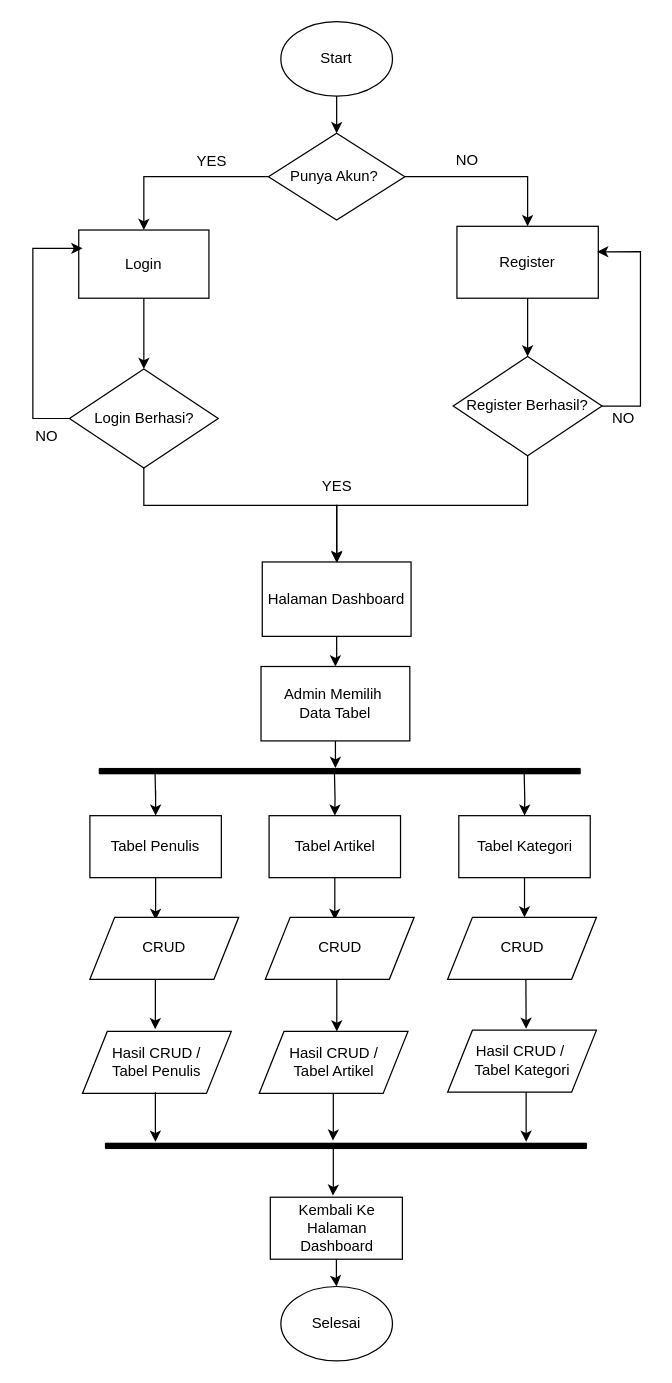
Above: admin.drawio in EnjoyUrLife69/P5-PROJECT (draw.io), before the change. Source tidied: cells renumbered, new cells numbered last; positions are measured from the earlier drawing's top-left corner, leaving out a move shared by most shapes. Both pictures are drawn from the tidied source at 124%, with x=0, y=0 at pixel (20, 21).
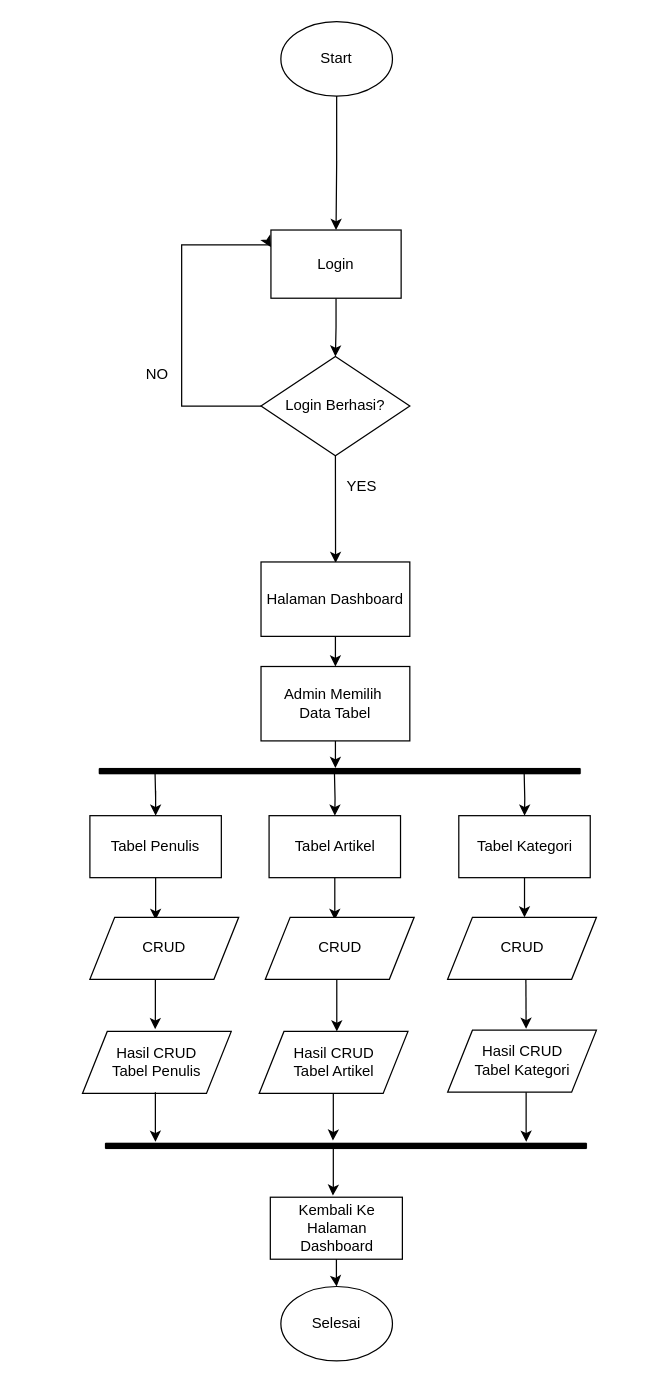
The same page after the edit.

Unchanged cells that the change refers to:
```xml
<mxCell id="3" value="Start" style="ellipse;whiteSpace=wrap;html=1;" parent="1" vertex="1">
  <mxGeometry x="210" width="90" height="60" as="geometry" />
</mxCell>
```

Change to the diagram source:
```diff
@@
-    <mxCell id="2" style="edgeStyle=orthogonalEdgeStyle;rounded=0;jettySize=auto;html=1;" parent="1" edge="1" source="3" target="6">
+    <mxCell id="2" style="edgeStyle=orthogonalEdgeStyle;rounded=0;jettySize=auto;html=1;" parent="1" edge="1" source="3" target="8">
       <mxGeometry relative="1" as="geometry" />
     </mxCell>
@@
-    <mxCell id="4" style="edgeStyle=orthogonalEdgeStyle;rounded=0;jettySize=auto;html=1;" parent="1" edge="1" source="6" target="8">
-      <mxGeometry relative="1" as="geometry" />
-    </mxCell>
-    <mxCell id="5" style="edgeStyle=orthogonalEdgeStyle;rounded=0;jettySize=auto;html=1;" parent="1" edge="1" source="6" target="10">
-      <mxGeometry relative="1" as="geometry" />
-    </mxCell>
-    <mxCell id="6" value="Punya Akun?&amp;nbsp;" style="rhombus;whiteSpace=wrap;html=1;" parent="1" vertex="1">
-      <mxGeometry x="200" y="90" width="110" height="70" as="geometry" />
-    </mxCell>
@@
     <mxCell id="8" value="Login" style="whiteSpace=wrap;html=1;" parent="1" vertex="1">
-      <mxGeometry x="47" y="168" width="105" height="55" as="geometry" />
+      <mxGeometry x="202" y="168" width="105" height="55" as="geometry" />
     </mxCell>
-    <mxCell id="9" style="edgeStyle=orthogonalEdgeStyle;rounded=0;jettySize=auto;html=1;" parent="1" edge="1" source="10" target="50">
-      <mxGeometry relative="1" as="geometry" />
-    </mxCell>
-    <mxCell id="10" value="Register" style="whiteSpace=wrap;html=1;" parent="1" vertex="1">
-      <mxGeometry x="352" y="165" width="114" height="58" as="geometry" />
-    </mxCell>
-    <mxCell id="11" value="YES" style="text;html=1;align=center;verticalAlign=middle;strokeColor=none;fillColor=none;" parent="1" vertex="1">
-      <mxGeometry x="129" y="98" width="50" height="30" as="geometry" />
-    </mxCell>
-    <mxCell id="12" value="NO" style="text;html=1;align=center;verticalAlign=middle;strokeColor=none;fillColor=none;" parent="1" vertex="1">
-      <mxGeometry x="340" y="97" width="40" height="30" as="geometry" />
-    </mxCell>
-    <mxCell id="13" style="edgeStyle=orthogonalEdgeStyle;rounded=0;jettySize=auto;html=1;exitX=0.48;exitY=0.979;exitDx=0;exitDy=0;exitPerimeter=0;" parent="1" edge="1" source="50" target="19">
-      <mxGeometry relative="1" as="geometry">
-        <Array as="points">
-          <mxPoint x="409" y="348" />
-          <mxPoint x="409" y="390" />
-          <mxPoint x="255" y="390" />
-        </Array>
-      </mxGeometry>
-    </mxCell>
-    <mxCell id="14" style="edgeStyle=orthogonalEdgeStyle;rounded=0;jettySize=auto;html=1;entryX=0.992;entryY=0.354;entryDx=0;entryDy=0;entryPerimeter=0;" parent="1" edge="1" source="50" target="10">
-      <mxGeometry relative="1" as="geometry">
-        <Array as="points">
-          <mxPoint x="500" y="310" />
-          <mxPoint x="500" y="186" />
-        </Array>
-      </mxGeometry>
-    </mxCell>
-    <mxCell id="15" value="NO" style="text;html=1;align=center;verticalAlign=middle;strokeColor=none;fillColor=none;" parent="1" vertex="1">
-      <mxGeometry x="466" y="305" width="40" height="30" as="geometry" />
-    </mxCell>
-    <mxCell id="16" style="edgeStyle=orthogonalEdgeStyle;rounded=0;jettySize=auto;html=1;exitX=0;exitY=0.5;exitDx=0;exitDy=0;entryX=0;entryY=0.25;entryDx=0;entryDy=0;" parent="1" edge="1" source="51">
+    <mxCell id="16" style="edgeStyle=orthogonalEdgeStyle;rounded=0;jettySize=auto;html=1;exitX=0;exitY=0.5;exitDx=0;exitDy=0;entryX=0;entryY=0.25;entryDx=0;entryDy=0;" parent="1" edge="1" source="51" target="8">
       <mxGeometry relative="1" as="geometry">
-        <mxPoint x="50" y="182.8" as="targetPoint" />
         <Array as="points">
-          <mxPoint x="10" y="320" />
-          <mxPoint x="10" y="183" />
+          <mxPoint x="130" y="310" />
+          <mxPoint x="130" y="180" />
+          <mxPoint x="201" y="180" />
+          <mxPoint x="201" y="182" />
         </Array>
       </mxGeometry>
     </mxCell>
     <mxCell id="17" style="edgeStyle=orthogonalEdgeStyle;rounded=0;jettySize=auto;html=1;entryX=0.501;entryY=0.013;entryDx=0;entryDy=0;entryPerimeter=0;exitX=0.5;exitY=1;exitDx=0;exitDy=0;" parent="1" edge="1" source="51" target="19">
       <mxGeometry relative="1" as="geometry">
         <Array as="points">
-          <mxPoint x="100" y="360" />
-          <mxPoint x="100" y="390" />
-          <mxPoint x="255" y="390" />
+          <mxPoint x="254" y="360" />
+          <mxPoint x="255" y="360" />
         </Array>
       </mxGeometry>
     </mxCell>
@@
     <mxCell id="19" value="Halaman Dashboard" style="whiteSpace=wrap;html=1;" parent="1" vertex="1">
-      <mxGeometry x="195" y="435.7" width="120" height="60" as="geometry" />
+      <mxGeometry x="194" y="435.7" width="120" height="60" as="geometry" />
     </mxCell>
     <mxCell id="20" value="YES" style="text;html=1;align=center;verticalAlign=middle;strokeColor=none;fillColor=none;" parent="1" vertex="1">
-      <mxGeometry x="230" y="360" width="50" height="30" as="geometry" />
+      <mxGeometry x="250" y="360" width="50" height="30" as="geometry" />
     </mxCell>
@@
-    <mxCell id="39" value="Hasil CRUD /&lt;div&gt;Tabel Penulis&lt;/div&gt;" style="shape=parallelogram;perimeter=parallelogramPerimeter;whiteSpace=wrap;html=1;fixedSize=1;" parent="1" vertex="1">
+    <mxCell id="39" value="Hasil CRUD&lt;div&gt;Tabel Penulis&lt;/div&gt;" style="shape=parallelogram;perimeter=parallelogramPerimeter;whiteSpace=wrap;html=1;fixedSize=1;" parent="1" vertex="1">
       <mxGeometry x="50" y="814.3" width="120" height="50" as="geometry" />
     </mxCell>
-    <mxCell id="40" value="Hasil CRUD /&lt;div&gt;Tabel Artikel&lt;/div&gt;" style="shape=parallelogram;perimeter=parallelogramPerimeter;whiteSpace=wrap;html=1;fixedSize=1;" parent="1" vertex="1">
+    <mxCell id="40" value="Hasil CRUD&lt;div&gt;&lt;div&gt;Tabel Artikel&lt;/div&gt;&lt;/div&gt;" style="shape=parallelogram;perimeter=parallelogramPerimeter;whiteSpace=wrap;html=1;fixedSize=1;" parent="1" vertex="1">
       <mxGeometry x="192.5" y="814.3" width="120" height="50" as="geometry" />
     </mxCell>
-    <mxCell id="41" value="Hasil CRUD /&amp;nbsp;&lt;div&gt;Tabel Kategori&lt;/div&gt;" style="shape=parallelogram;perimeter=parallelogramPerimeter;whiteSpace=wrap;html=1;fixedSize=1;" parent="1" vertex="1">
+    <mxCell id="41" value="Hasil CRUD&lt;div&gt;Tabel Kategori&lt;/div&gt;" style="shape=parallelogram;perimeter=parallelogramPerimeter;whiteSpace=wrap;html=1;fixedSize=1;" parent="1" vertex="1">
       <mxGeometry x="344.5" y="813.3" width="120" height="50" as="geometry" />
     </mxCell>
@@
-    <mxCell id="50" value="Register Berhasil?" style="rhombus;whiteSpace=wrap;html=1;" parent="1" vertex="1">
-      <mxGeometry x="349" y="270" width="120" height="80" as="geometry" />
-    </mxCell>
     <mxCell id="51" value="Login Berhasi?" style="rhombus;whiteSpace=wrap;html=1;" parent="1" vertex="1">
-      <mxGeometry x="39.5" y="280" width="120" height="80" as="geometry" />
+      <mxGeometry x="194" y="270" width="120" height="80" as="geometry" />
     </mxCell>
     <mxCell id="52" value="NO" style="text;html=1;align=center;verticalAlign=middle;strokeColor=none;fillColor=none;" parent="1" vertex="1">
-      <mxGeometry x="0.5" y="320" width="40" height="30" as="geometry" />
+      <mxGeometry x="90" y="270" width="40" height="30" as="geometry" />
     </mxCell>
```
